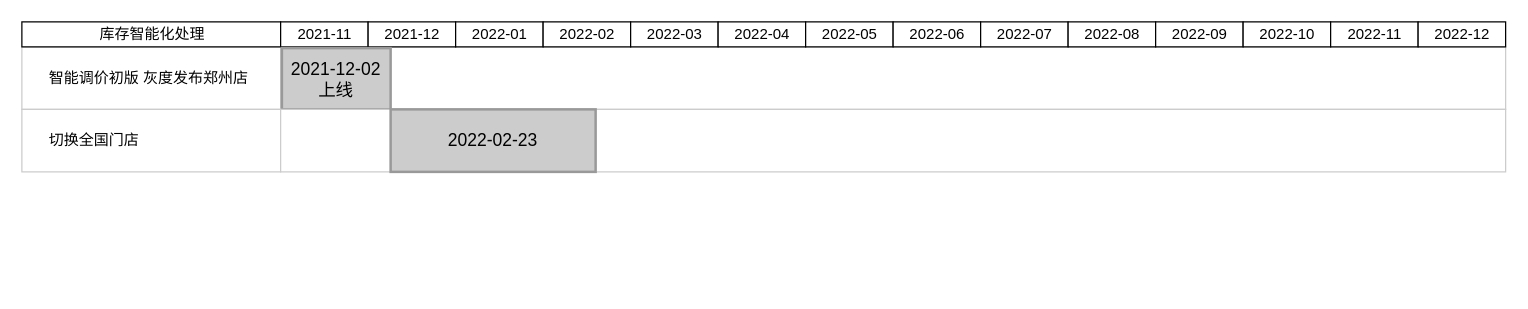
This is auto_modify_price.drawio from mrlonely001/gittest, a draw.io file, before an edit. Source tidied: cells renumbered, new cells numbered last; positions are measured from the earlier drawing's top-left corner, leaving out a move shared by most shapes. Both pictures are drawn from the tidied source at 125%, with x=0, y=0 at pixel (21, 21).
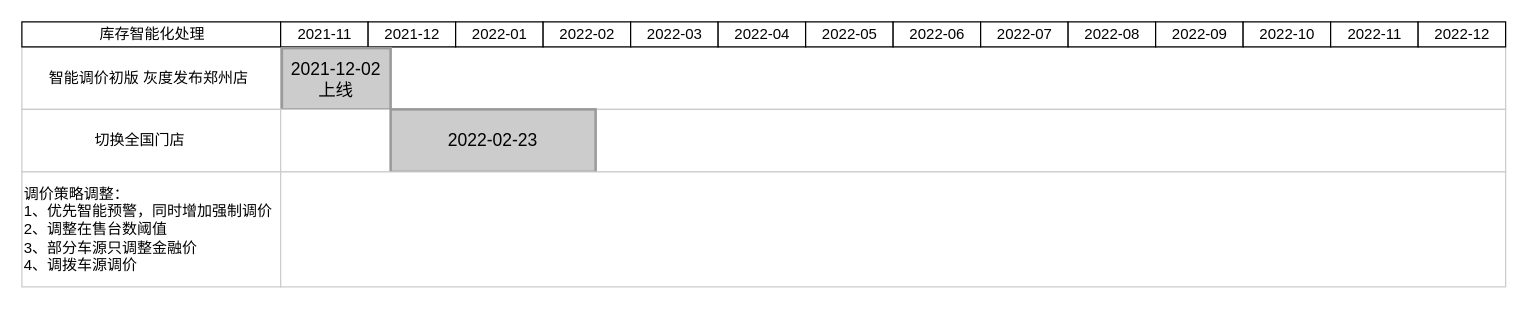
Above is the later version.

Diff of the diagram source:
```diff
@@
-    <mxCell id="20" value="&amp;nbsp; &amp;nbsp; &amp;nbsp; 切换全国门店" style="align=left;strokeColor=#CCCCCC;html=1;" parent="1" vertex="1">
+    <mxCell id="20" value="&amp;nbsp; &amp;nbsp; &amp;nbsp; &amp;nbsp; &amp;nbsp; &amp;nbsp; &amp;nbsp; &amp;nbsp; &amp;nbsp;切换全国门店" style="align=left;strokeColor=#CCCCCC;html=1;" parent="1" vertex="1">
       <mxGeometry y="70" width="207" height="50" as="geometry" />
     </mxCell>
@@
+    <mxCell id="23" value="调价策略调整：&lt;br&gt;1、优先智能预警，同时增加强制调价&lt;br&gt;2、调整在售台数阈值&lt;br&gt;3、部分车源只调整金融价&lt;br&gt;4、调拨车源调价" style="align=left;strokeColor=#CCCCCC;html=1;" parent="1" vertex="1">
+      <mxGeometry y="120" width="207" height="92" as="geometry" />
+    </mxCell>
+    <mxCell id="24" style="align=left;strokeColor=#CCCCCC;html=1;" parent="1" vertex="1">
+      <mxGeometry x="207" y="120" width="980" height="92" as="geometry" />
+    </mxCell>
```
